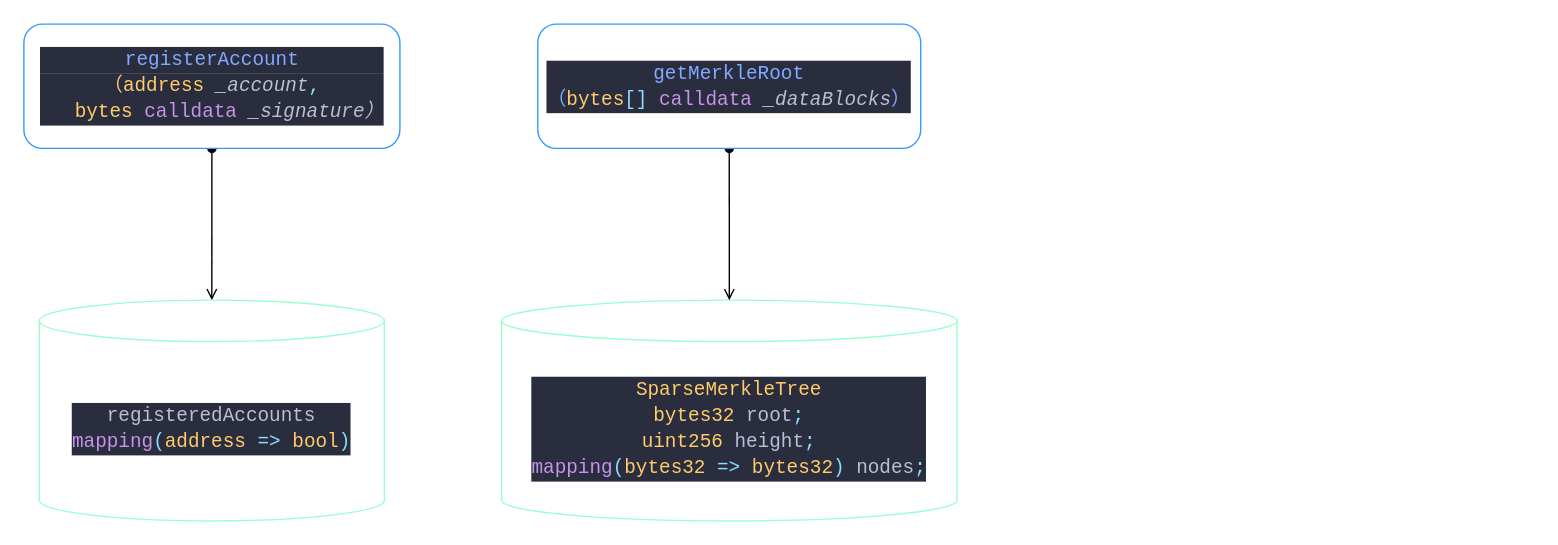
This is OR.drawio from bullshitking-99/optimistic-rollup, a draw.io file, before an edit. Source tidied: cells renumbered, new cells numbered last; positions are measured from the earlier drawing's top-left corner, leaving out a move shared by most shapes. Both pictures are drawn from the tidied source at 138%, with x=0, y=0 at pixel (23, 23).
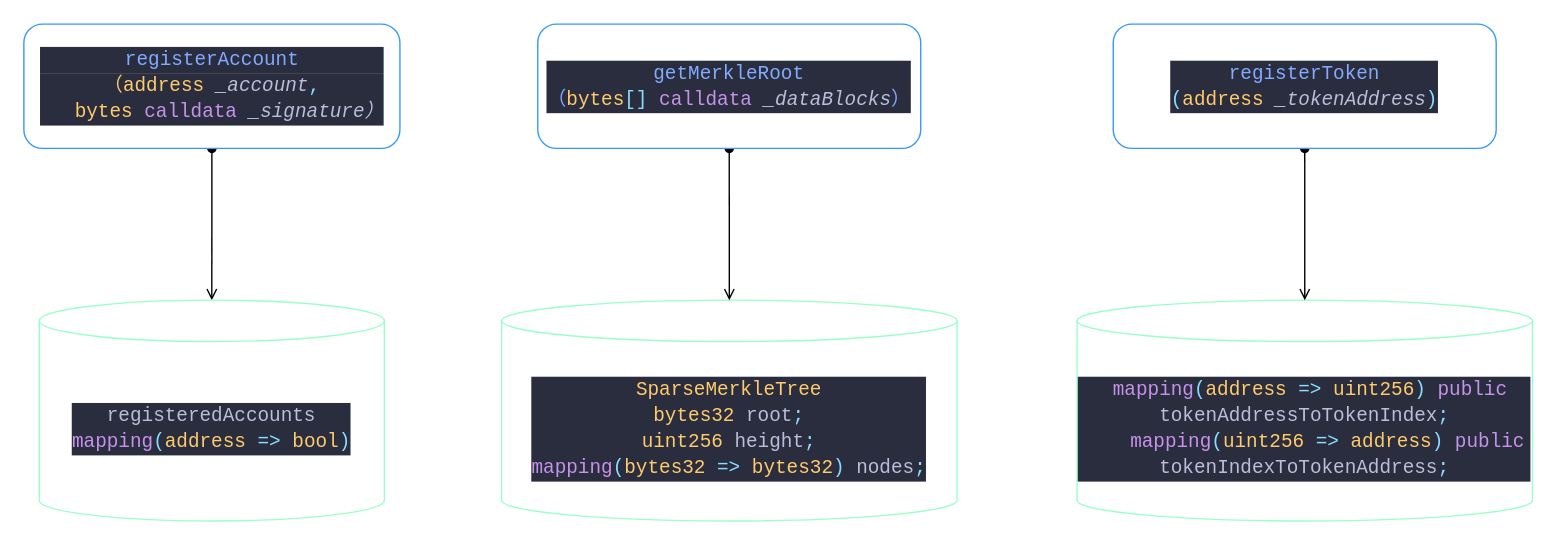
Above is the later version.

The edit, as a diff of the source:
```diff
@@
 <mxGraphModel>
   <root>
     <mxCell id="0" />
     <mxCell id="1" parent="0" />
     <mxCell id="2" style="edgeStyle=none;html=1;exitX=0.5;exitY=1;exitDx=0;exitDy=0;entryX=0.5;entryY=0;entryDx=0;entryDy=0;entryPerimeter=0;startArrow=oval;startFill=1;endArrow=open;endFill=0;" parent="1" edge="1" source="3" target="4">
       <mxGeometry relative="1" as="geometry" />
     </mxCell>
     <mxCell id="3" value="&lt;div style=&quot;color: rgb(186, 190, 216); background-color: rgb(41, 45, 62); font-family: &amp;quot;Fira Code&amp;quot;, Consolas, &amp;quot;Microsoft Yahei&amp;quot;, Consolas, &amp;quot;Courier New&amp;quot;, monospace; font-size: 14px; line-height: 19px;&quot;&gt;&lt;span style=&quot;color: #82aaff;&quot;&gt;registerAccount&lt;/span&gt;&lt;/div&gt;&lt;div style=&quot;color: rgb(186, 190, 216); background-color: rgb(41, 45, 62); font-family: &amp;quot;Fira Code&amp;quot;, Consolas, &amp;quot;Microsoft Yahei&amp;quot;, Consolas, &amp;quot;Courier New&amp;quot;, monospace; font-size: 14px; line-height: 19px;&quot;&gt;&lt;div style=&quot;line-height: 19px;&quot;&gt;&lt;div style=&quot;line-height: 19px;&quot;&gt;&lt;div&gt;&lt;span style=&quot;color: #ffcb6b;&quot;&gt;（address&lt;/span&gt; &lt;span style=&quot;font-style: italic;&quot;&gt;_account&lt;/span&gt;&lt;span style=&quot;color: #89ddff;&quot;&gt;,&lt;/span&gt;&lt;/div&gt;&lt;div&gt;&amp;nbsp; &amp;nbsp;&lt;span style=&quot;color: #ffcb6b;&quot;&gt;bytes&lt;/span&gt; &lt;span style=&quot;color: #c792ea;&quot;&gt;calldata&lt;/span&gt; &lt;span style=&quot;font-style: italic;&quot;&gt;_signature）&lt;/span&gt;&lt;/div&gt;&lt;/div&gt;&lt;/div&gt;&lt;/div&gt;" style="rounded=1;whiteSpace=wrap;html=1;strokeColor=#3399FF;" parent="1" vertex="1">
       <mxGeometry x="-0.2" width="272.5" height="90" as="geometry" />
     </mxCell>
     <mxCell id="4" value="&lt;div style=&quot;background-color: rgb(41, 45, 62); font-family: &amp;quot;Fira Code&amp;quot;, Consolas, &amp;quot;Microsoft Yahei&amp;quot;, Consolas, &amp;quot;Courier New&amp;quot;, monospace; font-size: 14px; line-height: 19px;&quot;&gt;&lt;div style=&quot;line-height: 19px;&quot;&gt;&lt;div style=&quot;color: rgb(186, 190, 216); line-height: 19px;&quot;&gt;&lt;div style=&quot;line-height: 19px;&quot;&gt;registeredAccounts&lt;/div&gt;&lt;/div&gt;&lt;div style=&quot;color: rgb(186, 190, 216); line-height: 19px;&quot;&gt;&lt;span style=&quot;color: #c792ea;&quot;&gt;mapping&lt;/span&gt;&lt;span style=&quot;color: #89ddff;&quot;&gt;(&lt;/span&gt;&lt;span style=&quot;color: #ffcb6b;&quot;&gt;address&lt;/span&gt; &lt;span style=&quot;color: #89ddff;&quot;&gt;=&amp;gt;&lt;/span&gt; &lt;span style=&quot;color: #ffcb6b;&quot;&gt;bool&lt;/span&gt;&lt;span style=&quot;color: #89ddff;&quot;&gt;)&lt;/span&gt;&lt;/div&gt;&lt;/div&gt;&lt;/div&gt;" style="shape=cylinder3;whiteSpace=wrap;html=1;boundedLbl=1;backgroundOutline=1;size=15;strokeColor=#99FFCC;" parent="1" vertex="1">
       <mxGeometry x="11" y="200" width="250" height="160" as="geometry" />
     </mxCell>
     <mxCell id="5" value="&lt;div style=&quot;background-color: rgb(41, 45, 62); font-family: &amp;quot;Fira Code&amp;quot;, Consolas, &amp;quot;Microsoft Yahei&amp;quot;, Consolas, &amp;quot;Courier New&amp;quot;, monospace; font-size: 14px; line-height: 19px;&quot;&gt;&lt;div style=&quot;line-height: 19px;&quot;&gt;&lt;div style=&quot;color: rgb(186, 190, 216); line-height: 19px;&quot;&gt;&lt;div style=&quot;line-height: 19px;&quot;&gt;&lt;span style=&quot;color: rgb(255, 203, 107);&quot;&gt;SparseMerkleTree&lt;/span&gt;&lt;br&gt;&lt;/div&gt;&lt;/div&gt;&lt;div style=&quot;color: rgb(186, 190, 216); line-height: 19px;&quot;&gt;&lt;div style=&quot;line-height: 19px;&quot;&gt;&lt;div&gt;&lt;span style=&quot;color: #ffcb6b;&quot;&gt;bytes32&lt;/span&gt; root&lt;span style=&quot;color: #89ddff;&quot;&gt;;&lt;/span&gt;&lt;/div&gt;&lt;div&gt;&lt;span style=&quot;color: rgb(255, 203, 107);&quot;&gt;uint256&lt;/span&gt; height&lt;span style=&quot;color: rgb(137, 221, 255);&quot;&gt;;&lt;/span&gt;&lt;/div&gt;&lt;div&gt;&lt;span style=&quot;color: rgb(199, 146, 234);&quot;&gt;mapping&lt;/span&gt;&lt;span style=&quot;color: rgb(137, 221, 255);&quot;&gt;(&lt;/span&gt;&lt;span style=&quot;color: rgb(255, 203, 107);&quot;&gt;bytes32&lt;/span&gt; &lt;span style=&quot;color: rgb(137, 221, 255);&quot;&gt;=&amp;gt;&lt;/span&gt; &lt;span style=&quot;color: rgb(255, 203, 107);&quot;&gt;bytes32&lt;/span&gt;&lt;span style=&quot;color: rgb(137, 221, 255);&quot;&gt;)&lt;/span&gt; nodes&lt;span style=&quot;color: rgb(137, 221, 255);&quot;&gt;;&lt;/span&gt;&lt;/div&gt;&lt;/div&gt;&lt;/div&gt;&lt;/div&gt;&lt;/div&gt;" style="shape=cylinder3;whiteSpace=wrap;html=1;boundedLbl=1;backgroundOutline=1;size=15;strokeColor=#99FFCC;" parent="1" vertex="1">
       <mxGeometry x="346" y="200" width="330" height="160" as="geometry" />
     </mxCell>
     <mxCell id="6" style="edgeStyle=none;html=1;exitX=0.5;exitY=1;exitDx=0;exitDy=0;entryX=0.5;entryY=0;entryDx=0;entryDy=0;entryPerimeter=0;startArrow=oval;startFill=1;endArrow=open;endFill=0;" parent="1" edge="1" source="7" target="5">
       <mxGeometry relative="1" as="geometry" />
     </mxCell>
     <mxCell id="7" value="&lt;div style=&quot;color: rgb(186, 190, 216); background-color: rgb(41, 45, 62); font-family: &amp;quot;Fira Code&amp;quot;, Consolas, &amp;quot;Microsoft Yahei&amp;quot;, Consolas, &amp;quot;Courier New&amp;quot;, monospace; font-size: 14px; line-height: 19px;&quot;&gt;&lt;div style=&quot;line-height: 19px;&quot;&gt;&lt;span style=&quot;color: #82aaff;&quot;&gt;getMerkleRoot&lt;/span&gt;&lt;/div&gt;&lt;div style=&quot;line-height: 19px;&quot;&gt;&lt;span style=&quot;color: #82aaff;&quot;&gt;（&lt;/span&gt;&lt;span style=&quot;color: rgb(255, 203, 107);&quot;&gt;bytes&lt;/span&gt;&lt;span style=&quot;color: rgb(137, 221, 255);&quot;&gt;[]&lt;/span&gt;&lt;span style=&quot;&quot;&gt; &lt;/span&gt;&lt;span style=&quot;color: rgb(199, 146, 234);&quot;&gt;calldata&lt;/span&gt;&lt;span style=&quot;&quot;&gt; &lt;/span&gt;&lt;span style=&quot;font-style: italic;&quot;&gt;_dataBlocks&lt;/span&gt;&lt;span style=&quot;color: rgb(130, 170, 255);&quot;&gt;）&lt;/span&gt;&lt;/div&gt;&lt;/div&gt;" style="rounded=1;whiteSpace=wrap;html=1;strokeColor=#3399FF;" parent="1" vertex="1">
       <mxGeometry x="372.2" width="277.5" height="90" as="geometry" />
     </mxCell>
+    <mxCell id="8" value="&lt;div style=&quot;background-color: rgb(41, 45, 62); font-family: &amp;quot;Fira Code&amp;quot;, Consolas, &amp;quot;Microsoft Yahei&amp;quot;, Consolas, &amp;quot;Courier New&amp;quot;, monospace; font-size: 14px; line-height: 19px;&quot;&gt;&lt;div style=&quot;line-height: 19px;&quot;&gt;&lt;div style=&quot;color: rgb(186, 190, 216); line-height: 19px;&quot;&gt;&lt;div style=&quot;line-height: 19px;&quot;&gt;&lt;div style=&quot;line-height: 19px;&quot;&gt;&lt;div&gt;&amp;nbsp;&lt;span style=&quot;color: #c792ea;&quot;&gt;mapping&lt;/span&gt;&lt;span style=&quot;color: #89ddff;&quot;&gt;(&lt;/span&gt;&lt;span style=&quot;color: #ffcb6b;&quot;&gt;address&lt;/span&gt; &lt;span style=&quot;color: #89ddff;&quot;&gt;=&amp;gt;&lt;/span&gt; &lt;span style=&quot;color: #ffcb6b;&quot;&gt;uint256&lt;/span&gt;&lt;span style=&quot;color: #89ddff;&quot;&gt;)&lt;/span&gt; &lt;span style=&quot;color: #c792ea;&quot;&gt;public&lt;/span&gt; tokenAddressToTokenIndex&lt;span style=&quot;color: #89ddff;&quot;&gt;;&lt;/span&gt;&lt;/div&gt;&lt;div&gt;&amp;nbsp; &amp;nbsp; &lt;span style=&quot;color: #c792ea;&quot;&gt;mapping&lt;/span&gt;&lt;span style=&quot;color: #89ddff;&quot;&gt;(&lt;/span&gt;&lt;span style=&quot;color: #ffcb6b;&quot;&gt;uint256&lt;/span&gt; &lt;span style=&quot;color: #89ddff;&quot;&gt;=&amp;gt;&lt;/span&gt; &lt;span style=&quot;color: #ffcb6b;&quot;&gt;address&lt;/span&gt;&lt;span style=&quot;color: #89ddff;&quot;&gt;)&lt;/span&gt; &lt;span style=&quot;color: #c792ea;&quot;&gt;public&lt;/span&gt; tokenIndexToTokenAddress&lt;span style=&quot;color: #89ddff;&quot;&gt;;&lt;/span&gt;&lt;/div&gt;&lt;/div&gt;&lt;/div&gt;&lt;/div&gt;&lt;/div&gt;&lt;/div&gt;" style="shape=cylinder3;whiteSpace=wrap;html=1;boundedLbl=1;backgroundOutline=1;size=15;strokeColor=#99FFCC;" parent="1" vertex="1">
+      <mxGeometry x="763" y="200" width="330" height="160" as="geometry" />
+    </mxCell>
+    <mxCell id="9" style="edgeStyle=none;html=1;exitX=0.5;exitY=1;exitDx=0;exitDy=0;entryX=0.5;entryY=0;entryDx=0;entryDy=0;entryPerimeter=0;startArrow=oval;startFill=1;endArrow=open;endFill=0;" parent="1" edge="1" source="10" target="8">
+      <mxGeometry relative="1" as="geometry" />
+    </mxCell>
+    <mxCell id="10" value="&lt;div style=&quot;color: rgb(186, 190, 216); background-color: rgb(41, 45, 62); font-family: &amp;quot;Fira Code&amp;quot;, Consolas, &amp;quot;Microsoft Yahei&amp;quot;, Consolas, &amp;quot;Courier New&amp;quot;, monospace; font-size: 14px; line-height: 19px;&quot;&gt;&lt;div style=&quot;line-height: 19px;&quot;&gt;&lt;div style=&quot;line-height: 19px;&quot;&gt;&lt;span style=&quot;color: #82aaff;&quot;&gt;registerToken&lt;/span&gt;&lt;/div&gt;&lt;div style=&quot;line-height: 19px;&quot;&gt;&lt;span style=&quot;color: #89ddff;&quot;&gt;(&lt;/span&gt;&lt;span style=&quot;color: #ffcb6b;&quot;&gt;address&lt;/span&gt; &lt;span style=&quot;font-style: italic;&quot;&gt;_tokenAddress&lt;/span&gt;&lt;span style=&quot;color: #89ddff;&quot;&gt;)&lt;/span&gt;&lt;/div&gt;&lt;/div&gt;&lt;/div&gt;" style="rounded=1;whiteSpace=wrap;html=1;strokeColor=#3399FF;" parent="1" vertex="1">
+      <mxGeometry x="789.2" width="277.5" height="90" as="geometry" />
+    </mxCell>
   </root>
 </mxGraphModel>
```
